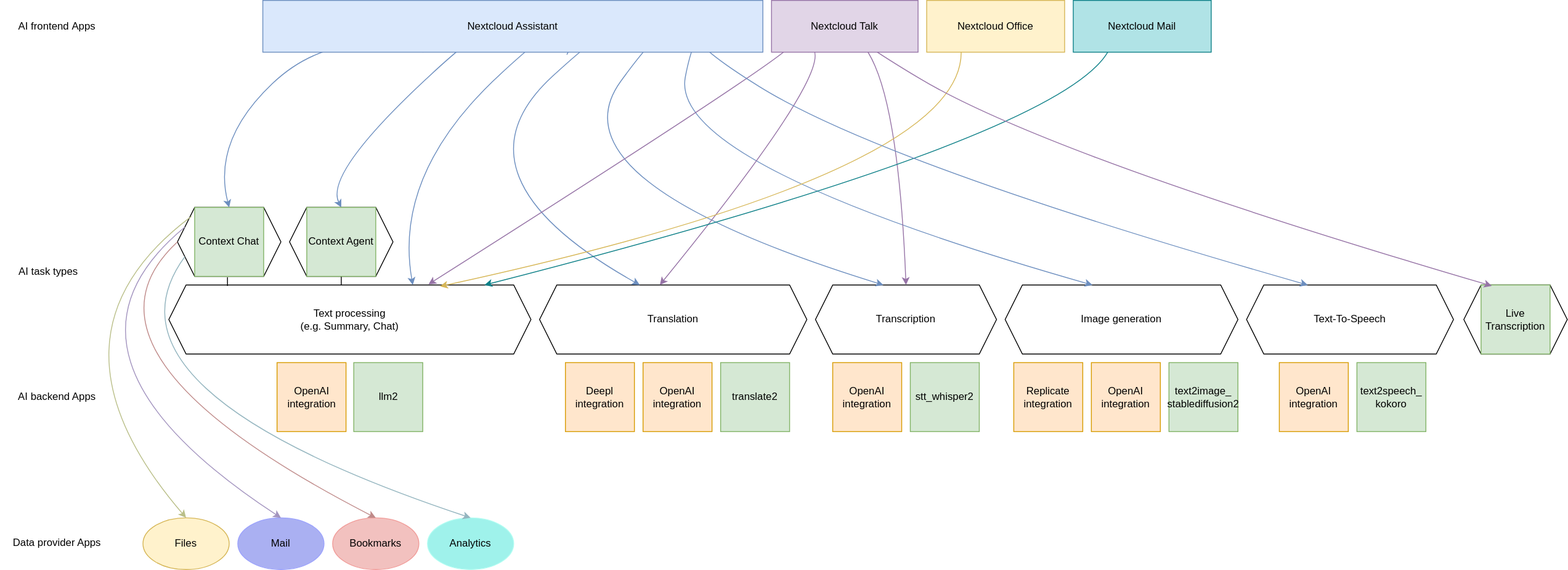
Earlier version of the draw.io export admin_manual/ai/images/ai_overview.svg (nextcloud/documentation). Source tidied: cells renumbered, new cells last; positions are measured from the earlier drawing's top-left corner, leaving out a move shared by most shapes.
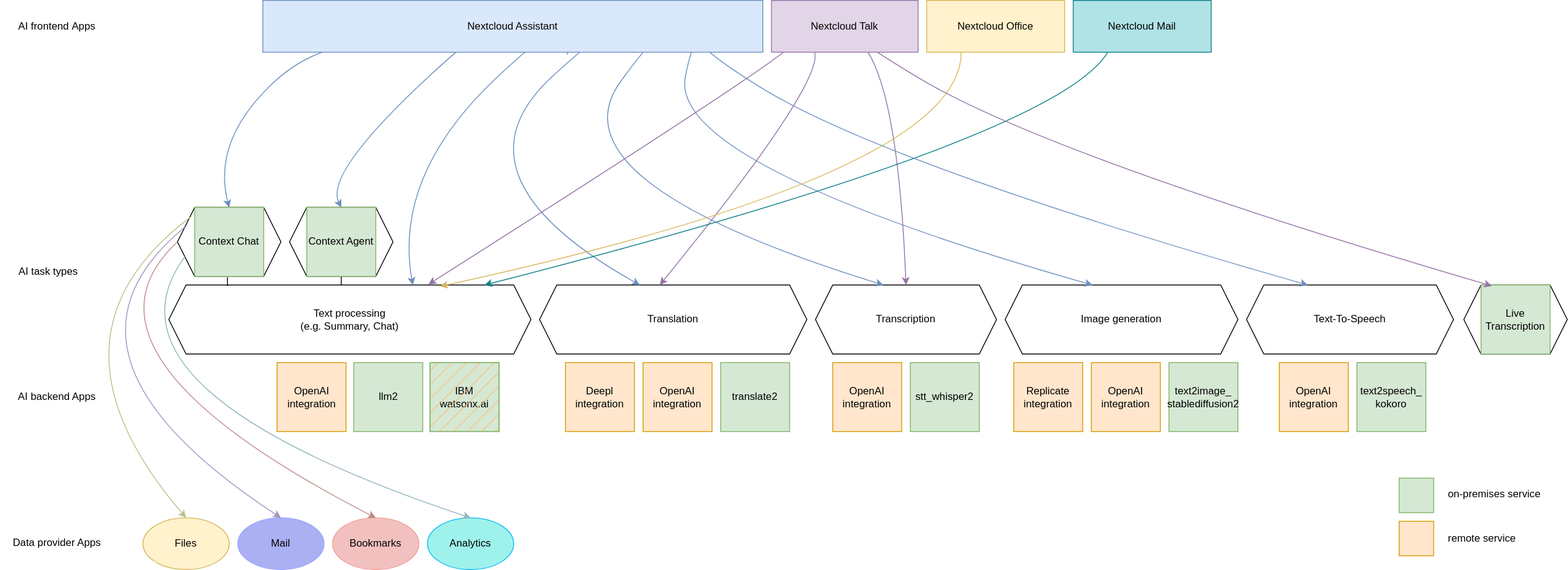
Later version of the same file.

The edit, as a diff of the source:
```diff
@@ -214,7 +214,7 @@
     <mxCell id="49" value="Mail" style="ellipse;whiteSpace=wrap;html=1;fillColor=light-dark(#AAB0F2,#D0635F);strokeColor=light-dark(#9ba2fd, #914845);" parent="1" vertex="1">
       <mxGeometry x="275" y="640" width="100" height="60" as="geometry" />
     </mxCell>
-    <mxCell id="50" value="Analytics" style="ellipse;whiteSpace=wrap;html=1;fillColor=light-dark(#9FF2EB,#D0635F);strokeColor=light-dark(#B2FDF2,#914845);" parent="1" vertex="1">
+    <mxCell id="50" value="Analytics" style="ellipse;whiteSpace=wrap;html=1;fillColor=light-dark(#9FF2EB,#D0635F);strokeColor=light-dark(#0ABBFD,#914845);" parent="1" vertex="1">
       <mxGeometry x="495" y="640" width="100" height="60" as="geometry" />
     </mxCell>
     <mxCell id="51" style="curved=1;endArrow=classic;html=1;rounded=0;entryX=0.5;entryY=0;entryDx=0;entryDy=0;fillColor=#dae8fc;strokeColor=#BF8A89;exitX=0;exitY=0.5;exitDx=0;exitDy=0;" parent="1" edge="1" source="15" target="48">
@@ -248,5 +248,23 @@
         </Array>
       </mxGeometry>
     </mxCell>
+    <mxCell id="56" value="IBM watsonx.ai" style="whiteSpace=wrap;html=1;fillColor=#d5e8d4;strokeColor=#82b366;fillStyle=auto;" parent="1" vertex="1">
+      <mxGeometry x="498" y="460" width="80" height="80" as="geometry" />
+    </mxCell>
+    <mxCell id="57" style="whiteSpace=wrap;html=1;fillColor=#d5e8d4;strokeColor=#82b366;" parent="1" vertex="1">
+      <mxGeometry x="1622" y="594" width="40" height="40" as="geometry" />
+    </mxCell>
+    <mxCell id="58" style="whiteSpace=wrap;html=1;fillColor=#ffe6cc;strokeColor=#d79b00;" parent="1" vertex="1">
+      <mxGeometry x="1622" y="644" width="40" height="40" as="geometry" />
+    </mxCell>
+    <mxCell id="59" value="remote service" style="text;html=1;whiteSpace=wrap;strokeColor=none;fillColor=none;align=left;verticalAlign=middle;rounded=0;" parent="1" vertex="1">
+      <mxGeometry x="1677" y="649" width="100" height="30" as="geometry" />
+    </mxCell>
+    <mxCell id="60" value="on-premises service" style="text;html=1;whiteSpace=wrap;strokeColor=none;fillColor=none;align=left;verticalAlign=middle;rounded=0;" parent="1" vertex="1">
+      <mxGeometry x="1677" y="598" width="120" height="30" as="geometry" />
+    </mxCell>
+    <mxCell id="61" style="whiteSpace=wrap;html=1;fillColor=#FFB570;strokeColor=#82b366;fillStyle=hatch;" parent="1" vertex="1">
+      <mxGeometry x="498" y="460" width="80" height="80" as="geometry" />
+    </mxCell>
   </root>
 </mxGraphModel>
```
